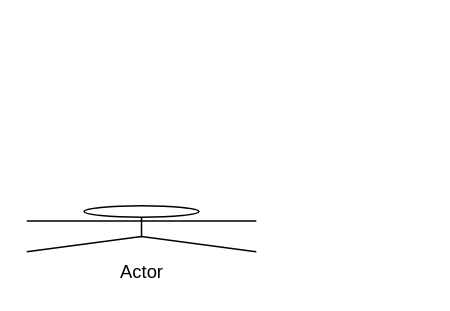
The draw.io diagram MINISHELL.drawio in michi1438/MINISHELL, before the edit. Source tidied: cells renumbered, new cells numbered last; positions are measured from the earlier drawing's top-left corner, leaving out a move shared by most shapes. Both pictures are drawn from the tidied source at 153%, with x=0, y=0 at pixel (26, 205).
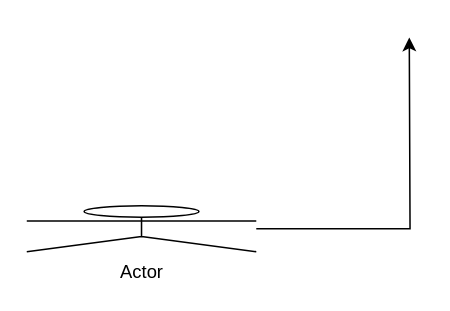
After the change.

Change to the diagram source:
```diff
@@
 <mxGraphModel>
   <root>
     <mxCell id="0" />
     <mxCell id="1" parent="0" />
+    <mxCell id="3" style="edgeStyle=orthogonalEdgeStyle;rounded=0;jettySize=auto;html=1;" parent="1" edge="1" source="2">
+      <mxGeometry relative="1" as="geometry">
+        <mxPoint x="250" y="-110" as="targetPoint" />
+      </mxGeometry>
+    </mxCell>
     <mxCell id="2" value="Actor" style="shape=umlActor;verticalLabelPosition=bottom;verticalAlign=top;html=1;outlineConnect=0;" parent="1" vertex="1">
       <mxGeometry width="150" height="30" as="geometry" />
     </mxCell>
   </root>
 </mxGraphModel>
```
